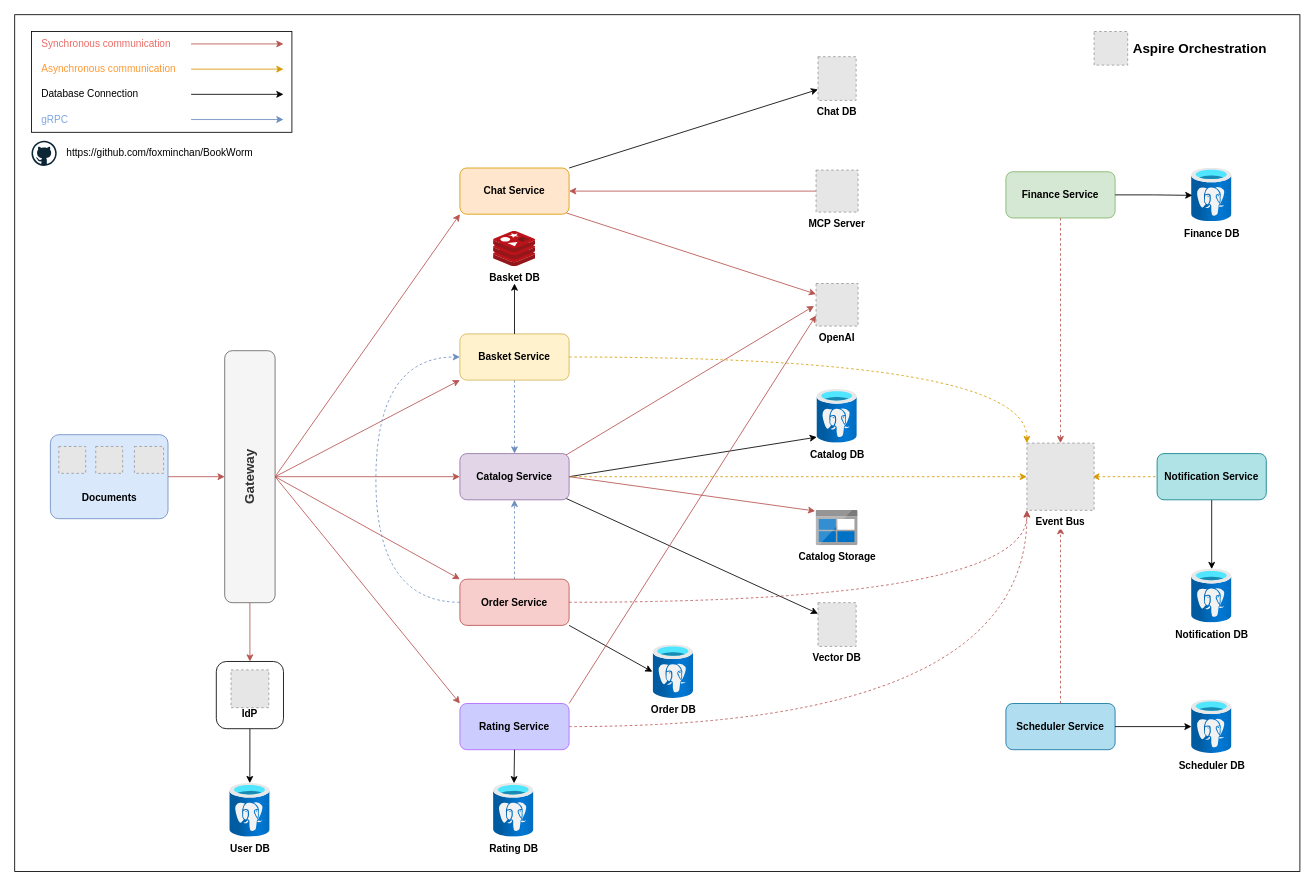
Before: assets/BookWorm.drawio in foxminchan/BookWorm, a draw.io diagram. Source tidied: cells renumbered, new cells numbered last; positions are measured from the earlier drawing's top-left corner, leaving out a move shared by most shapes. Both pictures are drawn from the tidied source at 84%, with x=0, y=0 at pixel (14, 14). Pictures stored in the file or linked from it are replaced by grey dashed boxes.
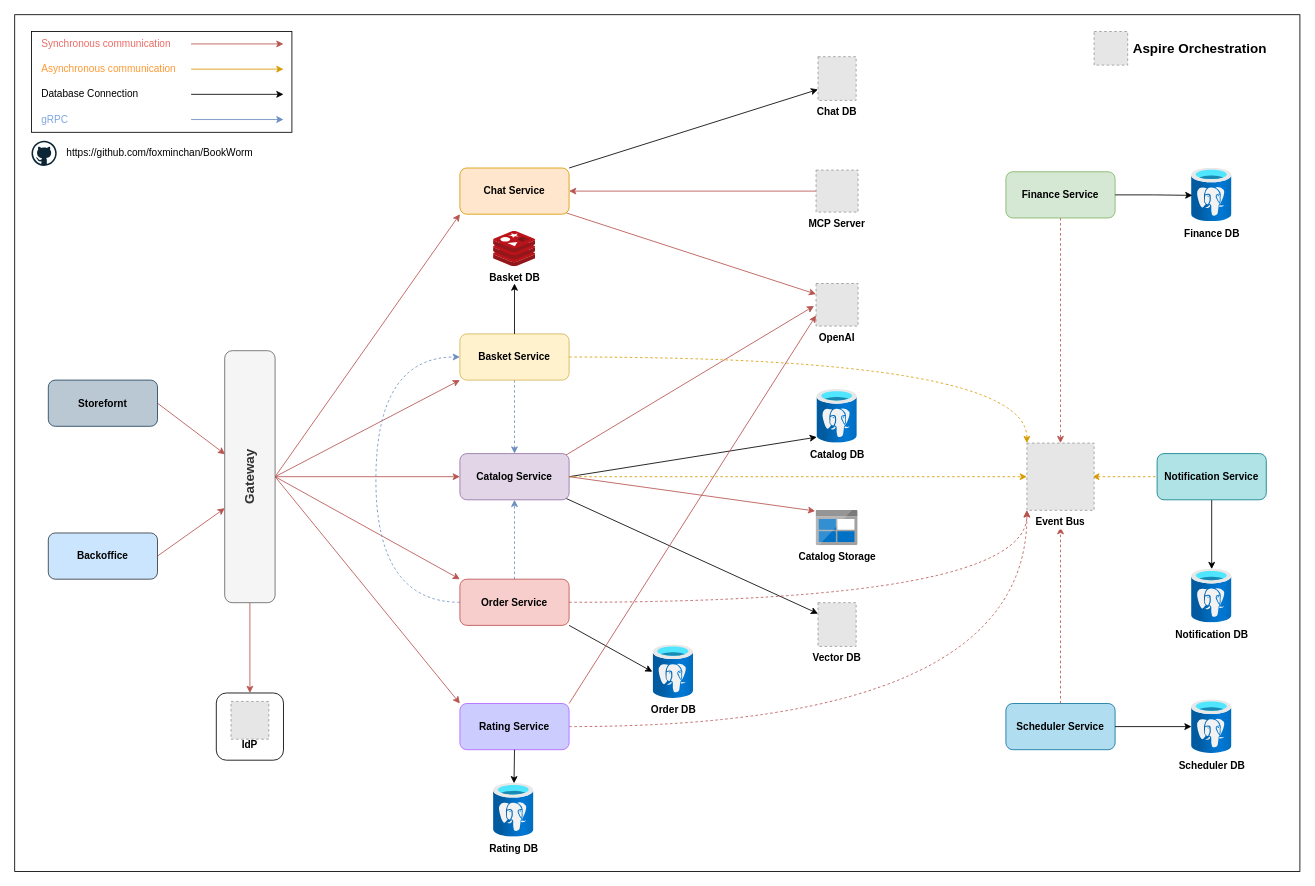
After the change.

Unchanged cells that the change refers to:
```xml
<mxCell id="9" value="&lt;font style=&quot;font-size: 16px;&quot;&gt;Gateway&lt;/font&gt;" style="rounded=1;whiteSpace=wrap;html=1;fontStyle=1;textDirection=vertical-rl;rotation=-180;fillColor=#f5f5f5;strokeColor=#666666;fontColor=#333333;" parent="1" vertex="1">
  <mxGeometry x="250" y="400" width="60" height="300" as="geometry" />
</mxCell>
<mxCell id="78" value="&lt;div&gt;&lt;b&gt;&lt;br&gt;&lt;/b&gt;&lt;/div&gt;&lt;b&gt;&lt;div&gt;&lt;b&gt;&lt;br&gt;&lt;/b&gt;&lt;/div&gt;&lt;div&gt;&lt;b&gt;&lt;br&gt;&lt;/b&gt;&lt;/div&gt;IdP&lt;/b&gt;" style="rounded=1;whiteSpace=wrap;html=1;" parent="77" vertex="1">
  <mxGeometry width="80" height="80" as="geometry" />
</mxCell>
```

Change to the diagram source:
```diff
@@
-    <mxCell id="35" style="edgeStyle=orthogonalEdgeStyle;rounded=0;jettySize=auto;html=1;exitX=1;exitY=0.5;exitDx=0;exitDy=0;entryX=1;entryY=0.5;entryDx=0;entryDy=0;fillColor=#f8cecc;strokeColor=#b85450;" parent="1" edge="1" source="37" target="9">
+    <mxCell id="35" style="rounded=0;jettySize=auto;html=1;exitX=1;exitY=0.5;exitDx=0;exitDy=0;entryX=0.993;entryY=0.589;entryDx=0;entryDy=0;fillColor=#f8cecc;strokeColor=#b85450;entryPerimeter=0;" parent="1" edge="1" source="83" target="9">
       <mxGeometry relative="1" as="geometry" />
     </mxCell>
-    <mxCell id="36" style="group;" parent="1" vertex="1">
-      <mxGeometry x="42.5" y="500" width="140" height="100" as="geometry" />
-    </mxCell>
-    <mxCell id="37" style="rounded=1;whiteSpace=wrap;html=1;fillColor=#dae8fc;strokeColor=#6c8ebf;arcSize=10;" parent="36" vertex="1">
-      <mxGeometry width="140" height="100" as="geometry" />
-    </mxCell>
-    <mxCell id="38" style="fillColor=#E6E6E6;strokeColor=#999999;dashed=1;verticalLabelPosition=bottom;labelBackgroundColor=default;verticalAlign=top;" parent="36" vertex="1">
-      <mxGeometry x="10" y="14" width="32" height="32" as="geometry" />
-    </mxCell>
-    <mxCell id="39" style="fillColor=#E6E6E6;strokeColor=#999999;dashed=1;" parent="36" vertex="1">
-      <mxGeometry x="54" y="14" width="32" height="32" as="geometry" />
-    </mxCell>
-    <mxCell id="40" value="&lt;b&gt;Documents&lt;/b&gt;" style="text;html=1;align=center;verticalAlign=middle;whiteSpace=wrap;rounded=0;" parent="36" vertex="1">
-      <mxGeometry x="35" y="59.5" width="70" height="30" as="geometry" />
-    </mxCell>
-    <mxCell id="41" style="fillColor=#E6E6E6;strokeColor=#999999;dashed=1;" parent="36" vertex="1">
-      <mxGeometry x="100" y="14" width="34.7" height="32" as="geometry" />
-    </mxCell>
@@
-    <mxCell id="66" value="User DB" style="image;html=1;points=[];align=center;fontSize=12;image=img/lib/azure2/databases/Azure_Database_PostgreSQL_Server.svg;fontStyle=1;" parent="1" vertex="1">
-      <mxGeometry x="256" y="915" width="48" height="64" as="geometry" />
-    </mxCell>
@@
-    <mxCell id="70" style="edgeStyle=orthogonalEdgeStyle;rounded=0;jettySize=auto;html=1;exitX=0.5;exitY=1;exitDx=0;exitDy=0;entryX=0.497;entryY=-0.003;entryDx=0;entryDy=0;entryPerimeter=0;" parent="1" edge="1" source="78" target="66">
-      <mxGeometry relative="1" as="geometry" />
-    </mxCell>
@@
     <mxCell id="77" style="group;" parent="1" vertex="1">
-      <mxGeometry x="240" y="770" width="80" height="80" as="geometry" />
+      <mxGeometry x="240" y="807.5" width="80" height="80" as="geometry" />
     </mxCell>
@@
+    <mxCell id="83" value="Storefornt" style="rounded=1;whiteSpace=wrap;html=1;fontStyle=1;fillColor=#bac8d3;strokeColor=#23445d;" parent="1" vertex="1">
+      <mxGeometry x="40" y="435" width="130" height="55" as="geometry" />
+    </mxCell>
+    <mxCell id="84" style="rounded=0;jettySize=auto;html=1;exitX=1;exitY=0.5;exitDx=0;exitDy=0;strokeColor=#B85450;entryX=0.997;entryY=0.375;entryDx=0;entryDy=0;entryPerimeter=0;" parent="1" edge="1" source="85" target="9">
+      <mxGeometry relative="1" as="geometry" />
+    </mxCell>
+    <mxCell id="85" value="Backoffice" style="rounded=1;whiteSpace=wrap;html=1;fontStyle=1;fillColor=#cce5ff;strokeColor=#36393d;" parent="1" vertex="1">
+      <mxGeometry x="40" y="617" width="130" height="55" as="geometry" />
+    </mxCell>
```
